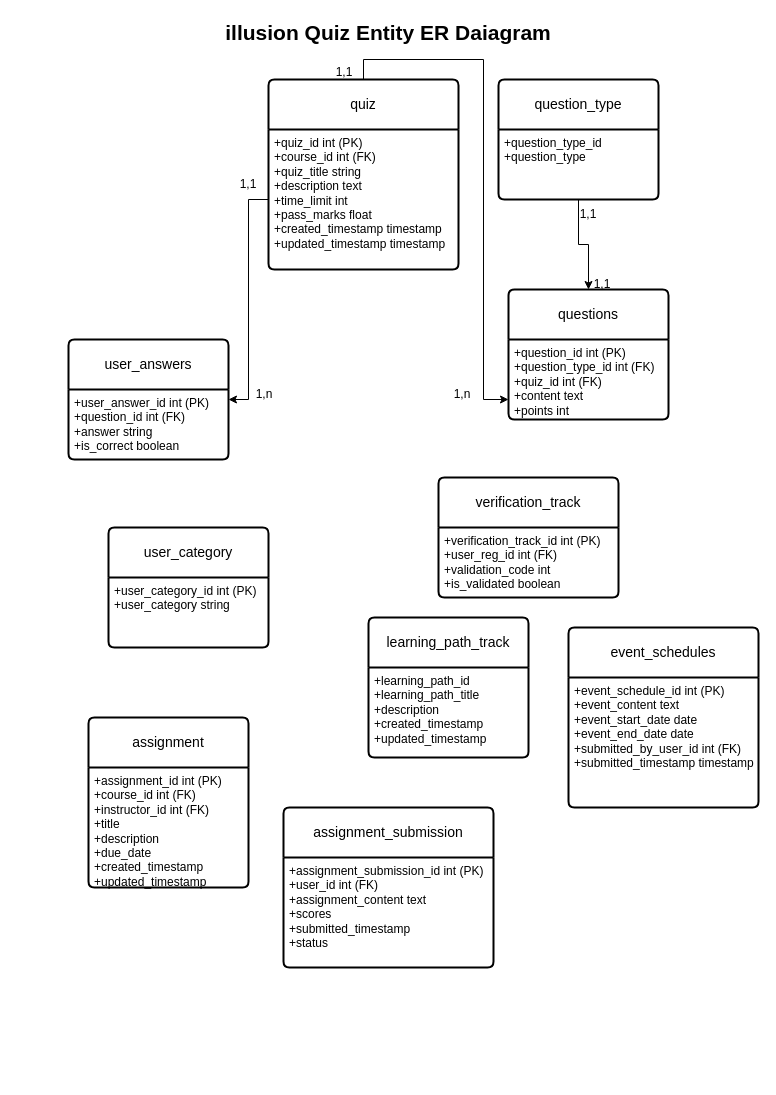
Earlier version of the draw.io diagram illusion hackathon db model schema 2.drawio (The-Illusion-services/illusion-BE). Source tidied: cells renumbered, new cells numbered last; positions are measured from the earlier drawing's top-left corner, leaving out a move shared by most shapes. Both pictures are drawn from the tidied source at 100%, with x=0, y=0 at pixel (68, 17).
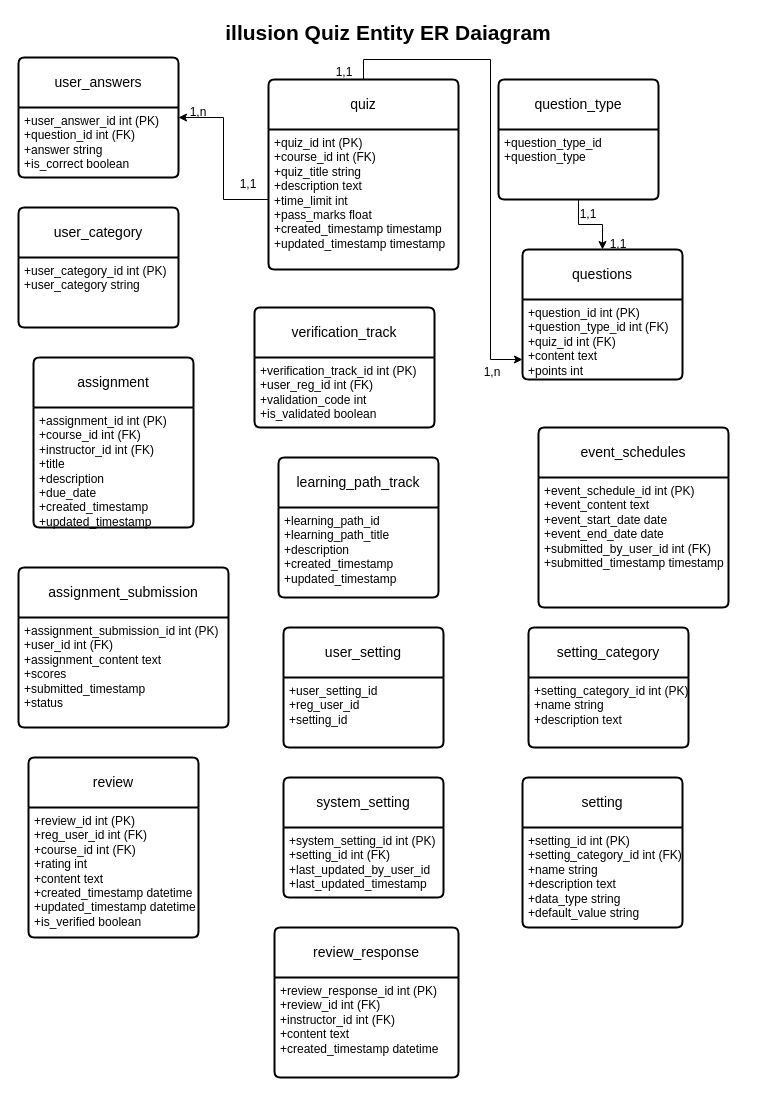
The same page after the edit.

Unchanged cells that the change refers to:
```xml
<mxCell id="6" value="+quiz_id int (PK)&lt;br&gt;+course_id int (FK)&lt;br&gt;&lt;div&gt;+quiz_title string&lt;br&gt;&lt;/div&gt;&lt;div&gt;+description text&lt;br&gt;&lt;/div&gt;&lt;div&gt;+time_limit int&lt;br&gt;&lt;/div&gt;&lt;div&gt;+pass_marks float&lt;br&gt;&lt;/div&gt;&lt;div&gt;+created_timestamp timestamp &lt;br&gt;&lt;/div&gt;&lt;div&gt;+updated_timestamp timestamp&lt;br&gt;&lt;/div&gt;" style="align=left;strokeColor=none;fillColor=none;spacingLeft=4;fontSize=12;verticalAlign=top;html=1;" parent="5" vertex="1">
  <mxGeometry y="50" width="190" height="140" as="geometry" />
</mxCell>
<mxCell id="8" value="+question_type_id&lt;br&gt;+question_type" style="align=left;strokeColor=none;fillColor=none;spacingLeft=4;fontSize=12;verticalAlign=top;html=1;" parent="7" vertex="1">
  <mxGeometry y="50" width="160" height="70" as="geometry" />
</mxCell>
<mxCell id="10" value="+question_id int (PK)&lt;br&gt;+question_type_id int (FK)&lt;br&gt;&lt;div&gt;+quiz_id int (FK)&lt;/div&gt;&lt;div&gt;+content text&lt;/div&gt;&lt;div&gt;+points int &lt;br&gt;&lt;/div&gt;&lt;div&gt;&lt;br&gt;&lt;/div&gt;" style="align=left;strokeColor=none;fillColor=none;spacingLeft=4;fontSize=12;verticalAlign=top;html=1;" parent="9" vertex="1">
  <mxGeometry y="50" width="160" height="80" as="geometry" />
</mxCell>
```

Diff of the diagram source:
```diff
@@
-    <mxCell id="3" style="group;" parent="1" vertex="1">
-      <mxGeometry y="40" width="600" height="402" as="geometry" />
-    </mxCell>
+    <mxCell id="21" value="user_category" style="swimlane;horizontal=1;startSize=50;rounded=1;fontSize=14;fontStyle=0;strokeWidth=2;shadow=0;dashed=0;align=center;arcSize=4;whiteSpace=wrap;html=1;" parent="1" vertex="1">
+      <mxGeometry x="-50" y="190" width="160" height="120" as="geometry" />
+    </mxCell>
+    <mxCell id="22" value="+user_category_id int (PK)&lt;br&gt;+user_category string" style="align=left;strokeColor=none;fillColor=none;spacingLeft=4;fontSize=12;verticalAlign=top;html=1;" parent="21" vertex="1">
+      <mxGeometry y="50" width="160" height="70" as="geometry" />
+    </mxCell>
+    <mxCell id="23" value="verification_track" style="swimlane;horizontal=1;startSize=50;rounded=1;fontSize=14;fontStyle=0;strokeWidth=2;shadow=0;dashed=0;align=center;arcSize=4;whiteSpace=wrap;html=1;" parent="1" vertex="1">
+      <mxGeometry x="186" y="290" width="180" height="120" as="geometry" />
+    </mxCell>
+    <mxCell id="24" value="+verification_track_id int (PK)&lt;br&gt;+user_reg_id int (FK)&lt;br&gt;&lt;div&gt;+validation_code int&lt;br&gt;&lt;/div&gt;&lt;div&gt;+is_validated boolean &lt;br&gt;&lt;/div&gt;" style="align=left;strokeColor=none;fillColor=none;spacingLeft=4;fontSize=12;verticalAlign=top;html=1;" parent="23" vertex="1">
+      <mxGeometry y="50" width="180" height="70" as="geometry" />
+    </mxCell>
+    <mxCell id="25" value="learning_path_track" style="swimlane;horizontal=1;startSize=50;rounded=1;fontSize=14;fontStyle=0;strokeWidth=2;shadow=0;dashed=0;align=center;arcSize=4;whiteSpace=wrap;html=1;" parent="1" vertex="1">
+      <mxGeometry x="210" y="440" width="160" height="140" as="geometry" />
+    </mxCell>
+    <mxCell id="26" value="+learning_path_id&lt;br&gt;+learning_path_title&lt;br&gt;&lt;div&gt;+description&lt;/div&gt;&lt;div&gt;+created_timestamp&lt;/div&gt;&lt;div&gt;+updated_timestamp&lt;br&gt;&lt;/div&gt;" style="align=left;strokeColor=none;fillColor=none;spacingLeft=4;fontSize=12;verticalAlign=top;html=1;" parent="25" vertex="1">
+      <mxGeometry y="50" width="160" height="90" as="geometry" />
+    </mxCell>
+    <mxCell id="27" value="assignment" style="swimlane;horizontal=1;startSize=50;rounded=1;fontSize=14;fontStyle=0;strokeWidth=2;shadow=0;dashed=0;align=center;arcSize=4;whiteSpace=wrap;html=1;" parent="1" vertex="1">
+      <mxGeometry x="-35" y="340" width="160" height="170" as="geometry" />
+    </mxCell>
+    <mxCell id="28" value="+assignment_id int (PK)&lt;br&gt;+course_id int (FK)&lt;br&gt;&lt;div&gt;+instructor_id int (FK)&lt;/div&gt;&lt;div&gt;+title&lt;/div&gt;&lt;div&gt;+description&lt;/div&gt;&lt;div&gt;+due_date&lt;/div&gt;&lt;div&gt;+created_timestamp&lt;/div&gt;&lt;div&gt;+updated_timestamp&lt;br&gt;&lt;/div&gt;" style="align=left;strokeColor=none;fillColor=none;spacingLeft=4;fontSize=12;verticalAlign=top;html=1;" parent="27" vertex="1">
+      <mxGeometry y="50" width="160" height="120" as="geometry" />
+    </mxCell>
+    <mxCell id="29" value="assignment_submission" style="swimlane;horizontal=1;startSize=50;rounded=1;fontSize=14;fontStyle=0;strokeWidth=2;shadow=0;dashed=0;align=center;arcSize=4;whiteSpace=wrap;html=1;" parent="1" vertex="1">
+      <mxGeometry x="-50" y="550" width="210" height="160" as="geometry" />
+    </mxCell>
+    <mxCell id="30" value="+assignment_submission_id int (PK)&lt;br&gt;+user_id int (FK)&lt;br&gt;&lt;div&gt;+assignment_content text&lt;/div&gt;&lt;div&gt;+scores&lt;/div&gt;&lt;div&gt;+submitted_timestamp&lt;/div&gt;&lt;div&gt;+status&lt;br&gt;&lt;/div&gt;" style="align=left;strokeColor=none;fillColor=none;spacingLeft=4;fontSize=12;verticalAlign=top;html=1;" parent="29" vertex="1">
+      <mxGeometry y="50" width="210" height="110" as="geometry" />
+    </mxCell>
+    <mxCell id="31" value="event_schedules" style="swimlane;horizontal=1;startSize=50;rounded=1;fontSize=14;fontStyle=0;strokeWidth=2;shadow=0;dashed=0;align=center;arcSize=4;whiteSpace=wrap;html=1;" parent="1" vertex="1">
+      <mxGeometry x="470" y="410" width="190" height="180" as="geometry" />
+    </mxCell>
+    <mxCell id="32" value="+event_schedule_id int (PK)&lt;br&gt;+event_content text&lt;br&gt;&lt;div&gt;+event_start_date date&lt;br&gt;&lt;/div&gt;&lt;div&gt;+event_end_date date&lt;br&gt;&lt;/div&gt;&lt;div&gt;+submitted_by_user_id int (FK)&lt;br&gt;&lt;/div&gt;&lt;div&gt;+submitted_timestamp timestamp&lt;br&gt;&lt;/div&gt;" style="align=left;strokeColor=none;fillColor=none;spacingLeft=4;fontSize=12;verticalAlign=top;html=1;" parent="31" vertex="1">
+      <mxGeometry y="50" width="190" height="130" as="geometry" />
+    </mxCell>
+    <mxCell id="33" value="setting_category" style="swimlane;horizontal=1;startSize=50;rounded=1;fontSize=14;fontStyle=0;strokeWidth=2;shadow=0;dashed=0;align=center;arcSize=4;whiteSpace=wrap;html=1;" parent="1" vertex="1">
+      <mxGeometry x="460" y="610" width="160" height="120" as="geometry" />
+    </mxCell>
+    <mxCell id="34" value="+setting_category_id int (PK)&lt;br&gt;+name string&lt;br&gt;+description text" style="align=left;strokeColor=none;fillColor=none;spacingLeft=4;fontSize=12;verticalAlign=top;html=1;" parent="33" vertex="1">
+      <mxGeometry y="50" width="160" height="70" as="geometry" />
+    </mxCell>
-    <mxCell id="4" style="edgeStyle=orthogonalEdgeStyle;rounded=0;jettySize=auto;html=1;exitX=0.5;exitY=0;exitDx=0;exitDy=0;entryX=0;entryY=0.75;entryDx=0;entryDy=0;" parent="3" edge="1" source="5" target="10">
+    <mxCell id="4" style="edgeStyle=orthogonalEdgeStyle;rounded=0;jettySize=auto;html=1;exitX=0.5;exitY=0;exitDx=0;exitDy=0;entryX=0;entryY=0.75;entryDx=0;entryDy=0;" parent="1" edge="1" source="5" target="10">
       <mxGeometry relative="1" as="geometry" />
     </mxCell>
-    <mxCell id="5" value="quiz" style="swimlane;horizontal=1;startSize=50;rounded=1;fontSize=14;fontStyle=0;strokeWidth=2;shadow=0;dashed=0;align=center;arcSize=4;whiteSpace=wrap;html=1;" parent="3" vertex="1">
-      <mxGeometry x="200" y="22" width="190" height="190" as="geometry" />
+    <mxCell id="5" value="quiz" style="swimlane;horizontal=1;startSize=50;rounded=1;fontSize=14;fontStyle=0;strokeWidth=2;shadow=0;dashed=0;align=center;arcSize=4;whiteSpace=wrap;html=1;" parent="1" vertex="1">
+      <mxGeometry x="200" y="62" width="190" height="190" as="geometry" />
     </mxCell>
@@
-    <mxCell id="7" value="question_type" style="swimlane;horizontal=1;startSize=50;rounded=1;fontSize=14;fontStyle=0;strokeWidth=2;shadow=0;dashed=0;align=center;arcSize=4;whiteSpace=wrap;html=1;" parent="3" vertex="1">
-      <mxGeometry x="430" y="22" width="160" height="120" as="geometry" />
+    <mxCell id="7" value="question_type" style="swimlane;horizontal=1;startSize=50;rounded=1;fontSize=14;fontStyle=0;strokeWidth=2;shadow=0;dashed=0;align=center;arcSize=4;whiteSpace=wrap;html=1;" parent="1" vertex="1">
+      <mxGeometry x="430" y="62" width="160" height="120" as="geometry" />
     </mxCell>
@@
-    <mxCell id="9" value="questions" style="swimlane;horizontal=1;startSize=50;rounded=1;fontSize=14;fontStyle=0;strokeWidth=2;shadow=0;dashed=0;align=center;arcSize=4;whiteSpace=wrap;html=1;" parent="3" vertex="1">
-      <mxGeometry x="440" y="232" width="160" height="130" as="geometry" />
+    <mxCell id="9" value="questions" style="swimlane;horizontal=1;startSize=50;rounded=1;fontSize=14;fontStyle=0;strokeWidth=2;shadow=0;dashed=0;align=center;arcSize=4;whiteSpace=wrap;html=1;" parent="1" vertex="1">
+      <mxGeometry x="454" y="232" width="160" height="130" as="geometry" />
     </mxCell>
@@
-    <mxCell id="11" value="user_answers" style="swimlane;horizontal=1;startSize=50;rounded=1;fontSize=14;fontStyle=0;strokeWidth=2;shadow=0;dashed=0;align=center;arcSize=4;whiteSpace=wrap;html=1;" parent="3" vertex="1">
-      <mxGeometry y="282" width="160" height="120" as="geometry" />
+    <mxCell id="11" value="user_answers" style="swimlane;horizontal=1;startSize=50;rounded=1;fontSize=14;fontStyle=0;strokeWidth=2;shadow=0;dashed=0;align=center;arcSize=4;whiteSpace=wrap;html=1;" parent="1" vertex="1">
+      <mxGeometry x="-50" y="40" width="160" height="120" as="geometry" />
     </mxCell>
@@
-    <mxCell id="13" style="edgeStyle=orthogonalEdgeStyle;rounded=0;jettySize=auto;html=1;entryX=0.5;entryY=0;entryDx=0;entryDy=0;" parent="3" edge="1" source="8" target="9">
+    <mxCell id="13" style="edgeStyle=orthogonalEdgeStyle;rounded=0;jettySize=auto;html=1;entryX=0.5;entryY=0;entryDx=0;entryDy=0;" parent="1" edge="1" source="8" target="9">
       <mxGeometry relative="1" as="geometry" />
     </mxCell>
-    <mxCell id="14" value="1,1" style="text;html=1;align=center;verticalAlign=middle;whiteSpace=wrap;rounded=0;" parent="3" vertex="1">
-      <mxGeometry x="490" y="142" width="60" height="30" as="geometry" />
+    <mxCell id="14" value="1,1" style="text;html=1;align=center;verticalAlign=middle;whiteSpace=wrap;rounded=0;" parent="1" vertex="1">
+      <mxGeometry x="490" y="182" width="60" height="30" as="geometry" />
     </mxCell>
-    <mxCell id="15" value="1,1" style="text;html=1;align=center;verticalAlign=middle;whiteSpace=wrap;rounded=0;" parent="3" vertex="1">
-      <mxGeometry x="504" y="212" width="60" height="30" as="geometry" />
+    <mxCell id="15" value="1,1" style="text;html=1;align=center;verticalAlign=middle;whiteSpace=wrap;rounded=0;" parent="1" vertex="1">
+      <mxGeometry x="520" y="212" width="60" height="30" as="geometry" />
     </mxCell>
-    <mxCell id="16" value="1,1" style="text;html=1;align=center;verticalAlign=middle;whiteSpace=wrap;rounded=0;" parent="3" vertex="1">
-      <mxGeometry x="246" width="60" height="30" as="geometry" />
+    <mxCell id="16" value="1,1" style="text;html=1;align=center;verticalAlign=middle;whiteSpace=wrap;rounded=0;" parent="1" vertex="1">
+      <mxGeometry x="246" y="40" width="60" height="30" as="geometry" />
     </mxCell>
-    <mxCell id="17" value="1,n" style="text;html=1;align=center;verticalAlign=middle;whiteSpace=wrap;rounded=0;" parent="3" vertex="1">
-      <mxGeometry x="364" y="322" width="60" height="30" as="geometry" />
+    <mxCell id="17" value="1,n" style="text;html=1;align=center;verticalAlign=middle;whiteSpace=wrap;rounded=0;" parent="1" vertex="1">
+      <mxGeometry x="394" y="340" width="60" height="30" as="geometry" />
     </mxCell>
-    <mxCell id="18" style="edgeStyle=orthogonalEdgeStyle;rounded=0;jettySize=auto;html=1;entryX=1;entryY=0.5;entryDx=0;entryDy=0;" parent="3" edge="1" source="6" target="11">
+    <mxCell id="18" style="edgeStyle=orthogonalEdgeStyle;rounded=0;jettySize=auto;html=1;entryX=1;entryY=0.5;entryDx=0;entryDy=0;" parent="1" edge="1" source="6" target="11">
       <mxGeometry relative="1" as="geometry" />
     </mxCell>
-    <mxCell id="19" value="1,1" style="text;html=1;align=center;verticalAlign=middle;whiteSpace=wrap;rounded=0;" parent="3" vertex="1">
-      <mxGeometry x="150" y="112" width="60" height="30" as="geometry" />
+    <mxCell id="19" value="1,1" style="text;html=1;align=center;verticalAlign=middle;whiteSpace=wrap;rounded=0;" parent="1" vertex="1">
+      <mxGeometry x="150" y="152" width="60" height="30" as="geometry" />
     </mxCell>
-    <mxCell id="20" value="1,n" style="text;html=1;align=center;verticalAlign=middle;whiteSpace=wrap;rounded=0;" parent="3" vertex="1">
-      <mxGeometry x="166" y="322" width="60" height="30" as="geometry" />
+    <mxCell id="20" value="1,n" style="text;html=1;align=center;verticalAlign=middle;whiteSpace=wrap;rounded=0;" parent="1" vertex="1">
+      <mxGeometry x="100" y="80" width="60" height="30" as="geometry" />
     </mxCell>
-    <mxCell id="21" value="user_category" style="swimlane;horizontal=1;startSize=50;rounded=1;fontSize=14;fontStyle=0;strokeWidth=2;shadow=0;dashed=0;align=center;arcSize=4;whiteSpace=wrap;html=1;" parent="1" vertex="1">
-      <mxGeometry x="40" y="510" width="160" height="120" as="geometry" />
-    </mxCell>
-    <mxCell id="22" value="+user_category_id int (PK)&lt;br&gt;+user_category string" style="align=left;strokeColor=none;fillColor=none;spacingLeft=4;fontSize=12;verticalAlign=top;html=1;" parent="21" vertex="1">
-      <mxGeometry y="50" width="160" height="70" as="geometry" />
-    </mxCell>
-    <mxCell id="23" value="verification_track" style="swimlane;horizontal=1;startSize=50;rounded=1;fontSize=14;fontStyle=0;strokeWidth=2;shadow=0;dashed=0;align=center;arcSize=4;whiteSpace=wrap;html=1;" parent="1" vertex="1">
-      <mxGeometry x="370" y="460" width="180" height="120" as="geometry" />
-    </mxCell>
-    <mxCell id="24" value="+verification_track_id int (PK)&lt;br&gt;+user_reg_id int (FK)&lt;br&gt;&lt;div&gt;+validation_code int&lt;br&gt;&lt;/div&gt;&lt;div&gt;+is_validated boolean &lt;br&gt;&lt;/div&gt;" style="align=left;strokeColor=none;fillColor=none;spacingLeft=4;fontSize=12;verticalAlign=top;html=1;" parent="23" vertex="1">
-      <mxGeometry y="50" width="180" height="70" as="geometry" />
-    </mxCell>
-    <mxCell id="25" value="learning_path_track" style="swimlane;horizontal=1;startSize=50;rounded=1;fontSize=14;fontStyle=0;strokeWidth=2;shadow=0;dashed=0;align=center;arcSize=4;whiteSpace=wrap;html=1;" parent="1" vertex="1">
-      <mxGeometry x="300" y="600" width="160" height="140" as="geometry" />
-    </mxCell>
-    <mxCell id="26" value="+learning_path_id&lt;br&gt;+learning_path_title&lt;br&gt;&lt;div&gt;+description&lt;/div&gt;&lt;div&gt;+created_timestamp&lt;/div&gt;&lt;div&gt;+updated_timestamp&lt;br&gt;&lt;/div&gt;" style="align=left;strokeColor=none;fillColor=none;spacingLeft=4;fontSize=12;verticalAlign=top;html=1;" parent="25" vertex="1">
-      <mxGeometry y="50" width="160" height="90" as="geometry" />
-    </mxCell>
-    <mxCell id="27" value="assignment" style="swimlane;horizontal=1;startSize=50;rounded=1;fontSize=14;fontStyle=0;strokeWidth=2;shadow=0;dashed=0;align=center;arcSize=4;whiteSpace=wrap;html=1;" parent="1" vertex="1">
-      <mxGeometry x="20" y="700" width="160" height="170" as="geometry" />
-    </mxCell>
-    <mxCell id="28" value="+assignment_id int (PK)&lt;br&gt;+course_id int (FK)&lt;br&gt;&lt;div&gt;+instructor_id int (FK)&lt;/div&gt;&lt;div&gt;+title&lt;/div&gt;&lt;div&gt;+description&lt;/div&gt;&lt;div&gt;+due_date&lt;/div&gt;&lt;div&gt;+created_timestamp&lt;/div&gt;&lt;div&gt;+updated_timestamp&lt;br&gt;&lt;/div&gt;" style="align=left;strokeColor=none;fillColor=none;spacingLeft=4;fontSize=12;verticalAlign=top;html=1;" parent="27" vertex="1">
-      <mxGeometry y="50" width="160" height="120" as="geometry" />
-    </mxCell>
-    <mxCell id="29" value="assignment_submission" style="swimlane;horizontal=1;startSize=50;rounded=1;fontSize=14;fontStyle=0;strokeWidth=2;shadow=0;dashed=0;align=center;arcSize=4;whiteSpace=wrap;html=1;" parent="1" vertex="1">
-      <mxGeometry x="215" y="790" width="210" height="160" as="geometry" />
-    </mxCell>
-    <mxCell id="30" value="+assignment_submission_id int (PK)&lt;br&gt;+user_id int (FK)&lt;br&gt;&lt;div&gt;+assignment_content text&lt;/div&gt;&lt;div&gt;+scores&lt;/div&gt;&lt;div&gt;+submitted_timestamp&lt;/div&gt;&lt;div&gt;+status&lt;br&gt;&lt;/div&gt;" style="align=left;strokeColor=none;fillColor=none;spacingLeft=4;fontSize=12;verticalAlign=top;html=1;" parent="29" vertex="1">
-      <mxGeometry y="50" width="210" height="110" as="geometry" />
-    </mxCell>
-    <mxCell id="31" value="event_schedules" style="swimlane;horizontal=1;startSize=50;rounded=1;fontSize=14;fontStyle=0;strokeWidth=2;shadow=0;dashed=0;align=center;arcSize=4;whiteSpace=wrap;html=1;" parent="1" vertex="1">
-      <mxGeometry x="500" y="610" width="190" height="180" as="geometry" />
-    </mxCell>
-    <mxCell id="32" value="+event_schedule_id int (PK)&lt;br&gt;+event_content text&lt;br&gt;&lt;div&gt;+event_start_date date&lt;br&gt;&lt;/div&gt;&lt;div&gt;+event_end_date date&lt;br&gt;&lt;/div&gt;&lt;div&gt;+submitted_by_user_id int (FK)&lt;br&gt;&lt;/div&gt;&lt;div&gt;+submitted_timestamp timestamp&lt;br&gt;&lt;/div&gt;" style="align=left;strokeColor=none;fillColor=none;spacingLeft=4;fontSize=12;verticalAlign=top;html=1;" parent="31" vertex="1">
-      <mxGeometry y="50" width="190" height="130" as="geometry" />
-    </mxCell>
+    <mxCell id="35" value="setting" style="swimlane;horizontal=1;startSize=50;rounded=1;fontSize=14;fontStyle=0;strokeWidth=2;shadow=0;dashed=0;align=center;arcSize=4;whiteSpace=wrap;html=1;" parent="1" vertex="1">
+      <mxGeometry x="454" y="760" width="160" height="150" as="geometry" />
+    </mxCell>
+    <mxCell id="36" value="+setting_id int (PK)&lt;br&gt;+setting_category_id int (FK)&lt;br&gt;&lt;div&gt;+name string &lt;br&gt;&lt;/div&gt;&lt;div&gt;+description text&lt;br&gt;&lt;/div&gt;&lt;div&gt;+data_type string&lt;br&gt;&lt;/div&gt;&lt;div&gt;+default_value string&lt;br&gt;&lt;/div&gt;" style="align=left;strokeColor=none;fillColor=none;spacingLeft=4;fontSize=12;verticalAlign=top;html=1;" parent="35" vertex="1">
+      <mxGeometry y="50" width="160" height="100" as="geometry" />
+    </mxCell>
+    <mxCell id="37" value="user_setting" style="swimlane;horizontal=1;startSize=50;rounded=1;fontSize=14;fontStyle=0;strokeWidth=2;shadow=0;dashed=0;align=center;arcSize=4;whiteSpace=wrap;html=1;" parent="1" vertex="1">
+      <mxGeometry x="215" y="610" width="160" height="120" as="geometry" />
+    </mxCell>
+    <mxCell id="38" value="+user_setting_id&lt;br&gt;+reg_user_id&lt;br&gt;+setting_id" style="align=left;strokeColor=none;fillColor=none;spacingLeft=4;fontSize=12;verticalAlign=top;html=1;" parent="37" vertex="1">
+      <mxGeometry y="50" width="160" height="70" as="geometry" />
+    </mxCell>
+    <mxCell id="39" value="system_setting" style="swimlane;horizontal=1;startSize=50;rounded=1;fontSize=14;fontStyle=0;strokeWidth=2;shadow=0;dashed=0;align=center;arcSize=4;whiteSpace=wrap;html=1;" parent="1" vertex="1">
+      <mxGeometry x="215" y="760" width="160" height="120" as="geometry" />
+    </mxCell>
+    <mxCell id="40" value="+system_setting_id int (PK)&lt;br&gt;+setting_id int (FK)&lt;br&gt;&lt;div&gt;+last_updated_by_user_id&lt;/div&gt;&lt;div&gt;+last_updated_timestamp &lt;br&gt;&lt;/div&gt;" style="align=left;strokeColor=none;fillColor=none;spacingLeft=4;fontSize=12;verticalAlign=top;html=1;" parent="39" vertex="1">
+      <mxGeometry y="50" width="160" height="70" as="geometry" />
+    </mxCell>
+    <mxCell id="41" value="review" style="swimlane;horizontal=1;startSize=50;rounded=1;fontSize=14;fontStyle=0;strokeWidth=2;shadow=0;dashed=0;align=center;arcSize=4;whiteSpace=wrap;html=1;" parent="1" vertex="1">
+      <mxGeometry x="-40" y="740" width="170" height="180" as="geometry" />
+    </mxCell>
+    <mxCell id="42" value="+review_id int (PK)&lt;br&gt;+reg_user_id int (FK)&lt;br&gt;&lt;div&gt;+course_id int (FK)&lt;/div&gt;&lt;div&gt;+rating int &lt;br&gt;&lt;/div&gt;&lt;div&gt;+content text&lt;/div&gt;&lt;div&gt;+created_timestamp datetime&lt;/div&gt;&lt;div&gt;+updated_timestamp datetime&lt;/div&gt;&lt;div&gt;+is_verified boolean&lt;/div&gt;&lt;div&gt;&lt;br&gt;&lt;/div&gt;" style="align=left;strokeColor=none;fillColor=none;spacingLeft=4;fontSize=12;verticalAlign=top;html=1;" parent="41" vertex="1">
+      <mxGeometry y="50" width="170" height="130" as="geometry" />
+    </mxCell>
+    <mxCell id="43" value="review_response" style="swimlane;horizontal=1;startSize=50;rounded=1;fontSize=14;fontStyle=0;strokeWidth=2;shadow=0;dashed=0;align=center;arcSize=4;whiteSpace=wrap;html=1;" parent="1" vertex="1">
+      <mxGeometry x="206" y="910" width="184" height="150" as="geometry" />
+    </mxCell>
+    <mxCell id="44" value="+review_response_id int (PK)&lt;br&gt;+review_id int (FK)&lt;br&gt;&lt;div&gt;+instructor_id int (FK)&lt;/div&gt;&lt;div&gt;+content text&lt;/div&gt;&lt;div&gt;+created_timestamp datetime &lt;br&gt;&lt;/div&gt;" style="align=left;strokeColor=none;fillColor=none;spacingLeft=4;fontSize=12;verticalAlign=top;html=1;" parent="43" vertex="1">
+      <mxGeometry y="50" width="184" height="100" as="geometry" />
+    </mxCell>
```
